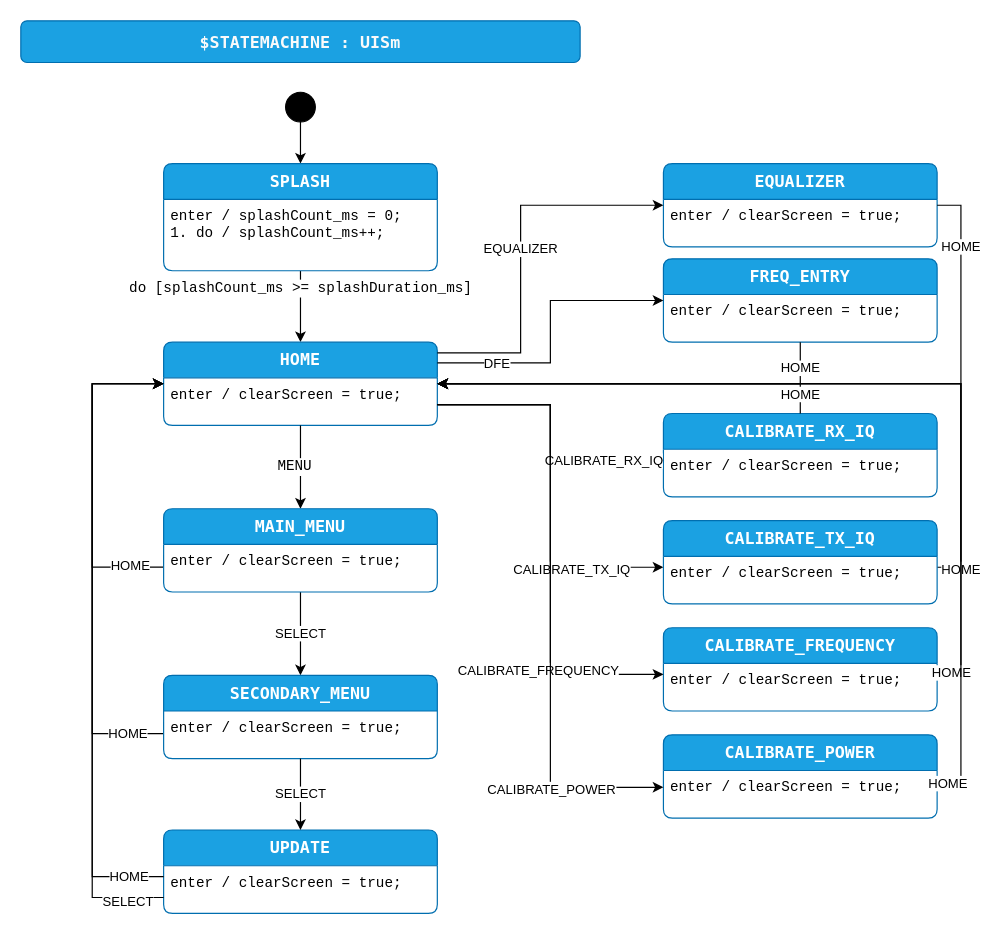
This is page "design" (1 of 3) of code/src/PhoenixSketch/UISm.drawio from KI3P/Phoenix, a draw.io file, before an edit. Source tidied: cells renumbered, new cells numbered last; positions are measured from the earlier drawing's top-left corner, leaving out a move shared by most shapes. Both pictures are drawn from the tidied source at 119%, with x=0, y=0 at pixel (20, 20).
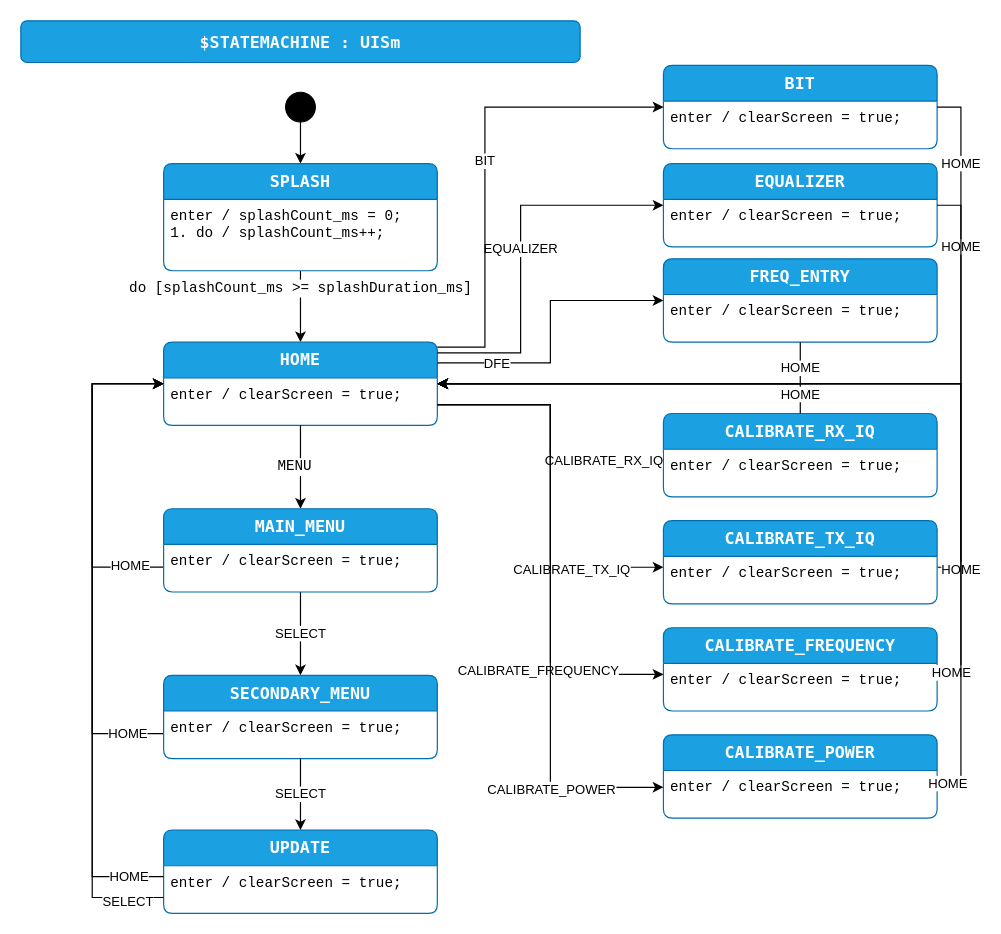
The same diagram, later.

The change refers to these unchanged cells:
```xml
<mxCell id="8" value="HOME" style="shape=swimlane;align=center;verticalAlign=top;fontFamily=Lucida Console;startSize=30;fontSize=14;fontStyle=1;fontColor=#ffffff;fillColor=#1ba1e2;swimlaneFillColor=default;rounded=1;arcSize=15;absoluteArcSize=1;points=[[0,0,0,0,0],[0,0.06,0,0,0],[0,0.13,0,0,0],[0,0.19,0,0,0],[0,0.25,0,0,0],[0,0.31,0,0,0],[0,0.38,0,0,0],[0,0.44,0,0,0],[0,0.5,0,0,0],[0,0.56,0,0,0],[0,0.63,0,0,0],[0,0.69,0,0,0],[0,0.75,0,0,0],[0,0.81,0,0,0],[0,0.88,0,0,0],[0,0.94,0,0,0],[0,1,0,0,0],[0.06,0,0,0,0],[0.06,1,0,0,0],[0.13,0,0,0,0],[0.13,1,0,0,0],[0.19,0,0,0,0],[0.19,1,0,0,0],[0.25,0,0,0,0],[0.25,1,0,0,0],[0.31,0,0,0,0],[0.31,1,0,0,0],[0.38,0,0,0,0],[0.38,1,0,0,0],[0.44,0,0,0,0],[0.44,1,0,0,0],[0.5,0,0,0,0],[0.5,1,0,0,0],[0.56,0,0,0,0],[0.56,1,0,0,0],[0.63,0,0,0,0],[0.63,1,0,0,0],[0.69,0,0,0,0],[0.69,1,0,0,0],[0.75,0,0,0,0],[0.75,1,0,0,0],[0.81,0,0,0,0],[0.81,1,0,0,0],[0.88,0,0,0,0],[0.88,1,0,0,0],[0.94,0,0,0,0],[0.94,1,0,0,0],[1,0,0,0,0],[1,0.06,0,0,0],[1,0.13,0,0,0],[1,0.19,0,0,0],[1,0.25,0,0,0],[1,0.31,0,0,0],[1,0.38,0,0,0],[1,0.44,0,0,0],[1,0.5,0,0,0],[1,0.56,0,0,0],[1,0.63,0,0,0],[1,0.69,0,0,0],[1,0.75,0,0,0],[1,0.81,0,0,0],[1,0.88,0,0,0],[1,0.94,0,0,0],[1,1,0,0,0]];strokeColor=#006EAF;" parent="1" vertex="1">
  <mxGeometry x="120" y="270" width="230" height="70" as="geometry" />
</mxCell>
```

What changed in the source:
```diff
@@
+    <mxCell id="53" value="BIT" style="shape=swimlane;align=center;verticalAlign=top;fontFamily=Lucida Console;startSize=30;fontSize=14;fontStyle=1;fontColor=#ffffff;fillColor=#1ba1e2;swimlaneFillColor=default;rounded=1;arcSize=15;absoluteArcSize=1;points=[[0,0,0,0,0],[0,0.06,0,0,0],[0,0.13,0,0,0],[0,0.19,0,0,0],[0,0.25,0,0,0],[0,0.31,0,0,0],[0,0.38,0,0,0],[0,0.44,0,0,0],[0,0.5,0,0,0],[0,0.56,0,0,0],[0,0.63,0,0,0],[0,0.69,0,0,0],[0,0.75,0,0,0],[0,0.81,0,0,0],[0,0.88,0,0,0],[0,0.94,0,0,0],[0,1,0,0,0],[0.06,0,0,0,0],[0.06,1,0,0,0],[0.13,0,0,0,0],[0.13,1,0,0,0],[0.19,0,0,0,0],[0.19,1,0,0,0],[0.25,0,0,0,0],[0.25,1,0,0,0],[0.31,0,0,0,0],[0.31,1,0,0,0],[0.38,0,0,0,0],[0.38,1,0,0,0],[0.44,0,0,0,0],[0.44,1,0,0,0],[0.5,0,0,0,0],[0.5,1,0,0,0],[0.56,0,0,0,0],[0.56,1,0,0,0],[0.63,0,0,0,0],[0.63,1,0,0,0],[0.69,0,0,0,0],[0.69,1,0,0,0],[0.75,0,0,0,0],[0.75,1,0,0,0],[0.81,0,0,0,0],[0.81,1,0,0,0],[0.88,0,0,0,0],[0.88,1,0,0,0],[0.94,0,0,0,0],[0.94,1,0,0,0],[1,0,0,0,0],[1,0.06,0,0,0],[1,0.13,0,0,0],[1,0.19,0,0,0],[1,0.25,0,0,0],[1,0.31,0,0,0],[1,0.38,0,0,0],[1,0.44,0,0,0],[1,0.5,0,0,0],[1,0.56,0,0,0],[1,0.63,0,0,0],[1,0.69,0,0,0],[1,0.75,0,0,0],[1,0.81,0,0,0],[1,0.88,0,0,0],[1,0.94,0,0,0],[1,1,0,0,0]];strokeColor=#006EAF;" parent="1" vertex="1">
+      <mxGeometry x="540" y="37.5" width="230" height="70" as="geometry" />
+    </mxCell>
+    <mxCell id="54" value="enter / clearScreen = true;" style="fontFamily=Courier New;align=left;verticalAlign=top;fillColor=none;gradientColor=none;strokeColor=none;rounded=0;spacingLeft=4;" parent="53" vertex="1">
+      <mxGeometry y="30" width="230" height="30" as="geometry" />
+    </mxCell>
+    <mxCell id="55" value="BIT" style="edgeStyle=orthogonalEdgeStyle;rounded=0;jettySize=auto;html=1;exitX=1;exitY=0.06;exitDx=0;exitDy=0;exitPerimeter=0;entryX=0;entryY=0.5;entryDx=0;entryDy=0;entryPerimeter=0;" parent="1" edge="1" source="8" target="53">
+      <mxGeometry relative="1" as="geometry">
+        <Array as="points">
+          <mxPoint x="390" y="274" />
+          <mxPoint x="390" y="73" />
+        </Array>
+      </mxGeometry>
+    </mxCell>
+    <mxCell id="56" value="HOME" style="edgeStyle=orthogonalEdgeStyle;rounded=0;jettySize=auto;html=1;exitX=1;exitY=0.5;exitDx=0;exitDy=0;exitPerimeter=0;entryX=1;entryY=0.5;entryDx=0;entryDy=0;entryPerimeter=0;" parent="1" edge="1" source="53" target="8">
+      <mxGeometry x="-0.81" relative="1" as="geometry">
+        <mxPoint y="1" as="offset" />
+      </mxGeometry>
+    </mxCell>
```
